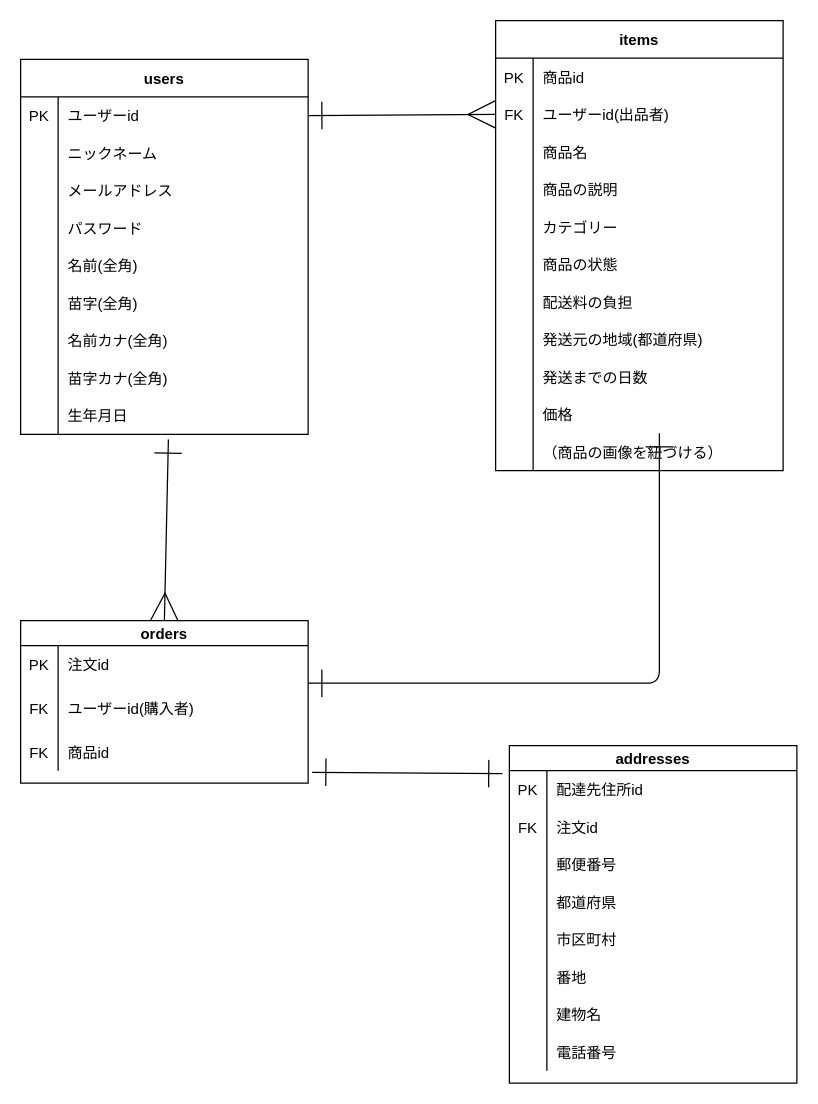
This is ER.dio from shotaro0522/furima-16656, a draw.io file, before an edit. Source tidied: cells renumbered, new cells numbered last; positions are measured from the earlier drawing's top-left corner, leaving out a move shared by most shapes. Both pictures are drawn from the tidied source at 125%, with x=0, y=0 at pixel (20, 20).
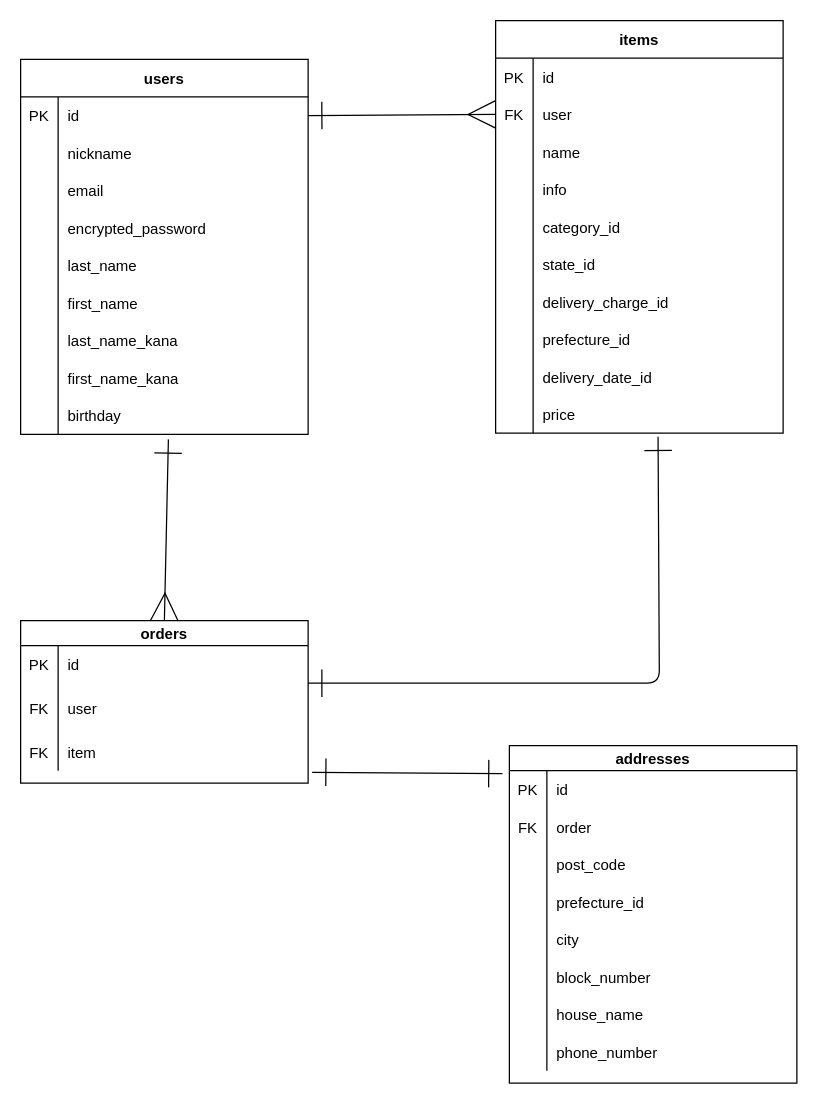
After the change.

Commit message:
【修正】ER図の修正（外部キー名のidの記載を削除）

Unchanged cells that the change refers to:
```xml
<mxCell id="3" style="shape=partialRectangle;fillColor=none;top=0;left=0;bottom=0;right=0;points=[[0,0.5],[1,0.5]];portConstraint=eastwest;" parent="2" vertex="1">
<mxCell id="6" style="shape=partialRectangle;fillColor=none;top=0;left=0;bottom=0;right=0;" parent="2" vertex="1">
<mxCell id="9" style="shape=partialRectangle;fillColor=none;top=0;left=0;bottom=0;right=0;" parent="2" vertex="1">
<mxCell id="12" style="shape=partialRectangle;fillColor=none;top=0;left=0;bottom=0;right=0;" parent="2" vertex="1">
<mxCell id="15" style="shape=partialRectangle;fillColor=none;top=0;left=0;bottom=0;right=0;" parent="2" vertex="1">
<mxCell id="18" style="shape=partialRectangle;fillColor=none;top=0;left=0;bottom=0;right=0;" parent="2" vertex="1">
<mxCell id="21" style="shape=partialRectangle;fillColor=none;top=0;left=0;bottom=0;right=0;" parent="2" vertex="1">
<mxCell id="24" style="shape=partialRectangle;fillColor=none;top=0;left=0;bottom=0;right=0;" parent="2" vertex="1">
<mxCell id="27" style="shape=partialRectangle;fillColor=none;top=0;left=0;bottom=0;right=0;points=[[0,0.5],[1,0.5]];portConstraint=eastwest;" parent="2" vertex="1">
<mxCell id="31" style="shape=partialRectangle;fillColor=none;top=0;left=0;bottom=0;right=0;" parent="30" vertex="1">
<mxCell id="34" style="shape=partialRectangle;fillColor=none;top=0;left=0;bottom=0;right=0;" parent="30" vertex="1">
<mxCell id="37" style="shape=partialRectangle;fillColor=none;top=0;left=0;bottom=0;right=0;" parent="30" vertex="1">
<mxCell id="41" style="shape=partialRectangle;fillColor=none;top=0;left=0;bottom=0;right=0;" parent="40" vertex="1">
<mxCell id="44" style="shape=partialRectangle;fillColor=none;top=0;left=0;bottom=0;right=0;points=[[0,0.5],[1,0.5]];portConstraint=eastwest;" parent="40" vertex="1">
<mxCell id="47" style="shape=partialRectangle;fillColor=none;top=0;left=0;bottom=0;right=0;" parent="40" vertex="1">
<mxCell id="50" style="shape=partialRectangle;fillColor=none;top=0;left=0;bottom=0;right=0;" parent="40" vertex="1">
<mxCell id="53" style="shape=partialRectangle;fillColor=none;top=0;left=0;bottom=0;right=0;" parent="40" vertex="1">
<mxCell id="56" style="shape=partialRectangle;fillColor=none;top=0;left=0;bottom=0;right=0;" parent="40" vertex="1">
<mxCell id="59" style="shape=partialRectangle;fillColor=none;top=0;left=0;bottom=0;right=0;" parent="40" vertex="1">
<mxCell id="62" style="shape=partialRectangle;fillColor=none;top=0;left=0;bottom=0;right=0;" parent="40" vertex="1">
<mxCell id="65" style="shape=partialRectangle;fillColor=none;top=0;left=0;bottom=0;right=0;" parent="40" vertex="1">
<mxCell id="68" style="shape=partialRectangle;fillColor=none;top=0;left=0;bottom=0;right=0;points=[[0,0.5],[1,0.5]];portConstraint=eastwest;" parent="40" vertex="1">
<mxCell id="76" style="shape=partialRectangle;fillColor=none;top=0;left=0;bottom=0;right=0;points=[[0,0.5],[1,0.5]];portConstraint=eastwest;" parent="75" vertex="1">
<mxCell id="79" style="shape=partialRectangle;fillColor=none;top=0;left=0;bottom=0;right=0;" parent="75" vertex="1">
<mxCell id="82" style="shape=partialRectangle;fillColor=none;top=0;left=0;bottom=0;right=0;" parent="75" vertex="1">
<mxCell id="85" style="shape=partialRectangle;fillColor=none;top=0;left=0;bottom=0;right=0;" parent="75" vertex="1">
<mxCell id="88" style="shape=partialRectangle;fillColor=none;top=0;left=0;bottom=0;right=0;" parent="75" vertex="1">
<mxCell id="91" style="shape=partialRectangle;fillColor=none;top=0;left=0;bottom=0;right=0;" parent="75" vertex="1">
<mxCell id="94" style="shape=partialRectangle;fillColor=none;top=0;left=0;bottom=0;right=0;" parent="75" vertex="1">
<mxCell id="97" style="shape=partialRectangle;fillColor=none;top=0;left=0;bottom=0;right=0;" parent="75" vertex="1">
```

The edit, as a diff of the source:
```diff
@@
-    <mxCell id="5" value="ユーザーid" style="shape=partialRectangle;fillColor=none;top=0;left=0;bottom=0;right=0;align=left;spacingLeft=6;overflow=hidden;shadow=1;" parent="3" vertex="1">
+    <mxCell id="5" value="id" style="shape=partialRectangle;fillColor=none;top=0;left=0;bottom=0;right=0;align=left;spacingLeft=6;overflow=hidden;shadow=1;" parent="3" vertex="1">
       <mxGeometry x="30" width="200" height="30" as="geometry" />
     </mxCell>
@@
-    <mxCell id="8" value="ニックネーム" style="shape=partialRectangle;fillColor=none;top=0;left=0;bottom=0;right=0;align=left;spacingLeft=6;overflow=hidden;" parent="6" vertex="1">
+    <mxCell id="8" value="nickname" style="shape=partialRectangle;fillColor=none;top=0;left=0;bottom=0;right=0;align=left;spacingLeft=6;overflow=hidden;" parent="6" vertex="1">
       <mxGeometry x="30" width="200" height="30" as="geometry" />
     </mxCell>
@@
-    <mxCell id="11" value="メールアドレス" style="shape=partialRectangle;fillColor=none;top=0;left=0;bottom=0;right=0;align=left;spacingLeft=6;overflow=hidden;" parent="9" vertex="1">
+    <mxCell id="11" value="email" style="shape=partialRectangle;fillColor=none;top=0;left=0;bottom=0;right=0;align=left;spacingLeft=6;overflow=hidden;" parent="9" vertex="1">
       <mxGeometry x="30" width="200" height="30" as="geometry" />
     </mxCell>
@@
-    <mxCell id="14" value="パスワード" style="shape=partialRectangle;fillColor=none;top=0;left=0;bottom=0;right=0;align=left;spacingLeft=6;overflow=hidden;" parent="12" vertex="1">
+    <mxCell id="14" value="encrypted_password" style="shape=partialRectangle;fillColor=none;top=0;left=0;bottom=0;right=0;align=left;spacingLeft=6;overflow=hidden;" parent="12" vertex="1">
       <mxGeometry x="30" width="200" height="30" as="geometry" />
     </mxCell>
@@
-    <mxCell id="17" value="名前(全角)" style="shape=partialRectangle;fillColor=none;top=0;left=0;bottom=0;right=0;align=left;spacingLeft=6;overflow=hidden;" parent="15" vertex="1">
+    <mxCell id="17" value="last_name" style="shape=partialRectangle;fillColor=none;top=0;left=0;bottom=0;right=0;align=left;spacingLeft=6;overflow=hidden;" parent="15" vertex="1">
       <mxGeometry x="30" width="200" height="30" as="geometry" />
     </mxCell>
@@
-    <mxCell id="20" value="苗字(全角)" style="shape=partialRectangle;fillColor=none;top=0;left=0;bottom=0;right=0;align=left;spacingLeft=6;overflow=hidden;" parent="18" vertex="1">
+    <mxCell id="20" value="first_name" style="shape=partialRectangle;fillColor=none;top=0;left=0;bottom=0;right=0;align=left;spacingLeft=6;overflow=hidden;" parent="18" vertex="1">
       <mxGeometry x="30" width="200" height="30" as="geometry" />
     </mxCell>
@@
-    <mxCell id="23" value="名前カナ(全角)" style="shape=partialRectangle;fillColor=none;top=0;left=0;bottom=0;right=0;align=left;spacingLeft=6;overflow=hidden;" parent="21" vertex="1">
+    <mxCell id="23" value="last_name_kana" style="shape=partialRectangle;fillColor=none;top=0;left=0;bottom=0;right=0;align=left;spacingLeft=6;overflow=hidden;" parent="21" vertex="1">
       <mxGeometry x="30" width="200" height="30" as="geometry" />
     </mxCell>
@@
-    <mxCell id="26" value="苗字カナ(全角)" style="shape=partialRectangle;fillColor=none;top=0;left=0;bottom=0;right=0;align=left;spacingLeft=6;overflow=hidden;" parent="24" vertex="1">
+    <mxCell id="26" value="first_name_kana" style="shape=partialRectangle;fillColor=none;top=0;left=0;bottom=0;right=0;align=left;spacingLeft=6;overflow=hidden;" parent="24" vertex="1">
       <mxGeometry x="30" width="200" height="30" as="geometry" />
     </mxCell>
@@
-    <mxCell id="29" value="生年月日" style="shape=partialRectangle;fillColor=none;top=0;left=0;bottom=0;right=0;align=left;spacingLeft=6;overflow=hidden;" parent="27" vertex="1">
+    <mxCell id="29" value="birthday" style="shape=partialRectangle;fillColor=none;top=0;left=0;bottom=0;right=0;align=left;spacingLeft=6;overflow=hidden;" parent="27" vertex="1">
       <mxGeometry x="30" width="200" height="30" as="geometry" />
     </mxCell>
@@
-    <mxCell id="33" value="注文id" style="shape=partialRectangle;fillColor=none;top=0;left=0;bottom=0;right=0;align=left;spacingLeft=6;overflow=hidden;" parent="31" vertex="1">
+    <mxCell id="33" value="id" style="shape=partialRectangle;fillColor=none;top=0;left=0;bottom=0;right=0;align=left;spacingLeft=6;overflow=hidden;" parent="31" vertex="1">
       <mxGeometry x="30" width="200" height="30" as="geometry" />
     </mxCell>
@@
-    <mxCell id="36" value="ユーザーid(購入者)" style="shape=partialRectangle;fillColor=none;top=0;left=0;bottom=0;right=0;align=left;spacingLeft=6;overflow=hidden;" parent="34" vertex="1">
+    <mxCell id="36" value="user" style="shape=partialRectangle;fillColor=none;top=0;left=0;bottom=0;right=0;align=left;spacingLeft=6;overflow=hidden;" parent="34" vertex="1">
       <mxGeometry x="30" width="200" height="40" as="geometry" />
     </mxCell>
@@
-    <mxCell id="39" value="商品id" style="shape=partialRectangle;fillColor=none;top=0;left=0;bottom=0;right=0;align=left;spacingLeft=6;overflow=hidden;" parent="37" vertex="1">
+    <mxCell id="39" value="item" style="shape=partialRectangle;fillColor=none;top=0;left=0;bottom=0;right=0;align=left;spacingLeft=6;overflow=hidden;" parent="37" vertex="1">
       <mxGeometry x="30" width="200" height="30" as="geometry" />
     </mxCell>
     <mxCell id="40" value="items" style="shape=table;startSize=30;childLayout=tableLayout;rowLines=0;fontStyle=1;align=center;" parent="1" vertex="1">
-      <mxGeometry x="380" width="230" height="360" as="geometry" />
+      <mxGeometry x="380" width="230" height="330" as="geometry" />
     </mxCell>
@@
-    <mxCell id="43" value="商品id" style="shape=partialRectangle;fillColor=none;top=0;left=0;bottom=0;right=0;align=left;spacingLeft=6;overflow=hidden;" parent="41" vertex="1">
+    <mxCell id="43" value="id" style="shape=partialRectangle;fillColor=none;top=0;left=0;bottom=0;right=0;align=left;spacingLeft=6;overflow=hidden;" parent="41" vertex="1">
       <mxGeometry x="30" width="200" height="30" as="geometry" />
     </mxCell>
@@
-    <mxCell id="46" value="ユーザーid(出品者)" style="shape=partialRectangle;fillColor=none;top=0;left=0;bottom=0;right=0;align=left;spacingLeft=6;overflow=hidden;" parent="44" vertex="1">
+    <mxCell id="46" value="user" style="shape=partialRectangle;fillColor=none;top=0;left=0;bottom=0;right=0;align=left;spacingLeft=6;overflow=hidden;" parent="44" vertex="1">
       <mxGeometry x="30" width="200" height="30" as="geometry" />
     </mxCell>
@@
-    <mxCell id="49" value="商品名" style="shape=partialRectangle;fillColor=none;top=0;left=0;bottom=0;right=0;align=left;spacingLeft=6;overflow=hidden;" parent="47" vertex="1">
+    <mxCell id="49" value="name" style="shape=partialRectangle;fillColor=none;top=0;left=0;bottom=0;right=0;align=left;spacingLeft=6;overflow=hidden;" parent="47" vertex="1">
       <mxGeometry x="30" width="200" height="30" as="geometry" />
     </mxCell>
@@
-    <mxCell id="52" value="商品の説明" style="shape=partialRectangle;fillColor=none;top=0;left=0;bottom=0;right=0;align=left;spacingLeft=6;overflow=hidden;" parent="50" vertex="1">
+    <mxCell id="52" value="info" style="shape=partialRectangle;fillColor=none;top=0;left=0;bottom=0;right=0;align=left;spacingLeft=6;overflow=hidden;" parent="50" vertex="1">
       <mxGeometry x="30" width="200" height="30" as="geometry" />
     </mxCell>
@@
-    <mxCell id="55" value="カテゴリー" style="shape=partialRectangle;fillColor=none;top=0;left=0;bottom=0;right=0;align=left;spacingLeft=6;overflow=hidden;" parent="53" vertex="1">
+    <mxCell id="55" value="category_id" style="shape=partialRectangle;fillColor=none;top=0;left=0;bottom=0;right=0;align=left;spacingLeft=6;overflow=hidden;" parent="53" vertex="1">
       <mxGeometry x="30" width="200" height="30" as="geometry" />
     </mxCell>
@@
-    <mxCell id="58" value="商品の状態" style="shape=partialRectangle;fillColor=none;top=0;left=0;bottom=0;right=0;align=left;spacingLeft=6;overflow=hidden;" parent="56" vertex="1">
+    <mxCell id="58" value="state_id" style="shape=partialRectangle;fillColor=none;top=0;left=0;bottom=0;right=0;align=left;spacingLeft=6;overflow=hidden;" parent="56" vertex="1">
       <mxGeometry x="30" width="200" height="30" as="geometry" />
     </mxCell>
@@
-    <mxCell id="61" value="配送料の負担" style="shape=partialRectangle;fillColor=none;top=0;left=0;bottom=0;right=0;align=left;spacingLeft=6;overflow=hidden;" parent="59" vertex="1">
+    <mxCell id="61" value="delivery_charge_id" style="shape=partialRectangle;fillColor=none;top=0;left=0;bottom=0;right=0;align=left;spacingLeft=6;overflow=hidden;" parent="59" vertex="1">
       <mxGeometry x="30" width="200" height="30" as="geometry" />
     </mxCell>
@@
-    <mxCell id="64" value="発送元の地域(都道府県)" style="shape=partialRectangle;fillColor=none;top=0;left=0;bottom=0;right=0;align=left;spacingLeft=6;overflow=hidden;" parent="62" vertex="1">
+    <mxCell id="64" value="prefecture_id" style="shape=partialRectangle;fillColor=none;top=0;left=0;bottom=0;right=0;align=left;spacingLeft=6;overflow=hidden;" parent="62" vertex="1">
       <mxGeometry x="30" width="200" height="30" as="geometry" />
     </mxCell>
@@
-    <mxCell id="67" value="発送までの日数" style="shape=partialRectangle;fillColor=none;top=0;left=0;bottom=0;right=0;align=left;spacingLeft=6;overflow=hidden;" parent="65" vertex="1">
+    <mxCell id="67" value="delivery_date_id" style="shape=partialRectangle;fillColor=none;top=0;left=0;bottom=0;right=0;align=left;spacingLeft=6;overflow=hidden;" parent="65" vertex="1">
       <mxGeometry x="30" width="200" height="30" as="geometry" />
     </mxCell>
@@
-    <mxCell id="70" value="価格" style="shape=partialRectangle;fillColor=none;top=0;left=0;bottom=0;right=0;align=left;spacingLeft=6;overflow=hidden;" parent="68" vertex="1">
+    <mxCell id="70" value="price" style="shape=partialRectangle;fillColor=none;top=0;left=0;bottom=0;right=0;align=left;spacingLeft=6;overflow=hidden;" parent="68" vertex="1">
       <mxGeometry x="30" width="200" height="30" as="geometry" />
     </mxCell>
-    <mxCell id="71" style="shape=partialRectangle;fillColor=none;top=0;left=0;bottom=0;right=0;" parent="40" vertex="1">
-      <mxGeometry y="330" width="230" height="30" as="geometry" />
-    </mxCell>
-    <mxCell id="72" style="shape=partialRectangle;fillColor=none;top=0;left=0;bottom=0;right=0;overflow=hidden;" parent="71" vertex="1">
-      <mxGeometry width="30" height="30" as="geometry" />
-    </mxCell>
-    <mxCell id="73" value="（商品の画像を紐づける）" style="shape=partialRectangle;fillColor=none;top=0;left=0;bottom=0;right=0;align=left;spacingLeft=6;overflow=hidden;" parent="71" vertex="1">
-      <mxGeometry x="30" width="200" height="30" as="geometry" />
-    </mxCell>
@@
-    <mxCell id="78" value="配達先住所id" style="shape=partialRectangle;fillColor=none;top=0;left=0;bottom=0;right=0;align=left;spacingLeft=6;overflow=hidden;" parent="76" vertex="1">
+    <mxCell id="78" value="id" style="shape=partialRectangle;fillColor=none;top=0;left=0;bottom=0;right=0;align=left;spacingLeft=6;overflow=hidden;" parent="76" vertex="1">
       <mxGeometry x="30" width="200" height="30" as="geometry" />
     </mxCell>
@@
-    <mxCell id="81" value="注文id" style="shape=partialRectangle;fillColor=none;top=0;left=0;bottom=0;right=0;align=left;spacingLeft=6;overflow=hidden;" parent="79" vertex="1">
+    <mxCell id="81" value="order" style="shape=partialRectangle;fillColor=none;top=0;left=0;bottom=0;right=0;align=left;spacingLeft=6;overflow=hidden;" parent="79" vertex="1">
       <mxGeometry x="30" width="200" height="30" as="geometry" />
     </mxCell>
@@
-    <mxCell id="84" value="郵便番号" style="shape=partialRectangle;fillColor=none;top=0;left=0;bottom=0;right=0;align=left;spacingLeft=6;overflow=hidden;" parent="82" vertex="1">
+    <mxCell id="84" value="post_code" style="shape=partialRectangle;fillColor=none;top=0;left=0;bottom=0;right=0;align=left;spacingLeft=6;overflow=hidden;" parent="82" vertex="1">
       <mxGeometry x="30" width="200" height="30" as="geometry" />
     </mxCell>
@@
-    <mxCell id="87" value="都道府県" style="shape=partialRectangle;fillColor=none;top=0;left=0;bottom=0;right=0;align=left;spacingLeft=6;overflow=hidden;" parent="85" vertex="1">
+    <mxCell id="87" value="prefecture_id" style="shape=partialRectangle;fillColor=none;top=0;left=0;bottom=0;right=0;align=left;spacingLeft=6;overflow=hidden;" parent="85" vertex="1">
       <mxGeometry x="30" width="200" height="30" as="geometry" />
     </mxCell>
@@
-    <mxCell id="90" value="市区町村" style="shape=partialRectangle;fillColor=none;top=0;left=0;bottom=0;right=0;align=left;spacingLeft=6;overflow=hidden;" parent="88" vertex="1">
+    <mxCell id="90" value="city" style="shape=partialRectangle;fillColor=none;top=0;left=0;bottom=0;right=0;align=left;spacingLeft=6;overflow=hidden;" parent="88" vertex="1">
       <mxGeometry x="30" width="200" height="30" as="geometry" />
     </mxCell>
@@
-    <mxCell id="93" value="番地" style="shape=partialRectangle;fillColor=none;top=0;left=0;bottom=0;right=0;align=left;spacingLeft=6;overflow=hidden;" parent="91" vertex="1">
+    <mxCell id="93" value="block_number" style="shape=partialRectangle;fillColor=none;top=0;left=0;bottom=0;right=0;align=left;spacingLeft=6;overflow=hidden;" parent="91" vertex="1">
       <mxGeometry x="30" width="200" height="30" as="geometry" />
     </mxCell>
@@
-    <mxCell id="96" value="建物名" style="shape=partialRectangle;fillColor=none;top=0;left=0;bottom=0;right=0;align=left;spacingLeft=6;overflow=hidden;" parent="94" vertex="1">
+    <mxCell id="96" value="house_name" style="shape=partialRectangle;fillColor=none;top=0;left=0;bottom=0;right=0;align=left;spacingLeft=6;overflow=hidden;" parent="94" vertex="1">
       <mxGeometry x="30" width="200" height="30" as="geometry" />
     </mxCell>
@@
-    <mxCell id="99" value="電話番号" style="shape=partialRectangle;fillColor=none;top=0;left=0;bottom=0;right=0;align=left;spacingLeft=6;overflow=hidden;" parent="97" vertex="1">
+    <mxCell id="99" value="phone_number" style="shape=partialRectangle;fillColor=none;top=0;left=0;bottom=0;right=0;align=left;spacingLeft=6;overflow=hidden;" parent="97" vertex="1">
       <mxGeometry x="30" width="200" height="30" as="geometry" />
     </mxCell>
@@
-    <mxCell id="101" style="edgeStyle=none;html=1;endArrow=ERone;endFill=0;startArrow=ERone;startFill=0;strokeWidth=1;endSize=20;startSize=20;" parent="1" edge="1">
+    <mxCell id="101" style="edgeStyle=none;html=1;endArrow=ERone;endFill=0;startArrow=ERone;startFill=0;strokeWidth=1;endSize=20;startSize=20;exitX=0.565;exitY=1.097;exitDx=0;exitDy=0;exitPerimeter=0;" parent="1" edge="1" source="68">
       <mxGeometry relative="1" as="geometry">
-        <mxPoint x="511" y="330" as="sourcePoint" />
         <mxPoint x="230" y="530" as="targetPoint" />
         <Array as="points">
           <mxPoint x="511" y="530" />
         </Array>
       </mxGeometry>
     </mxCell>
```
